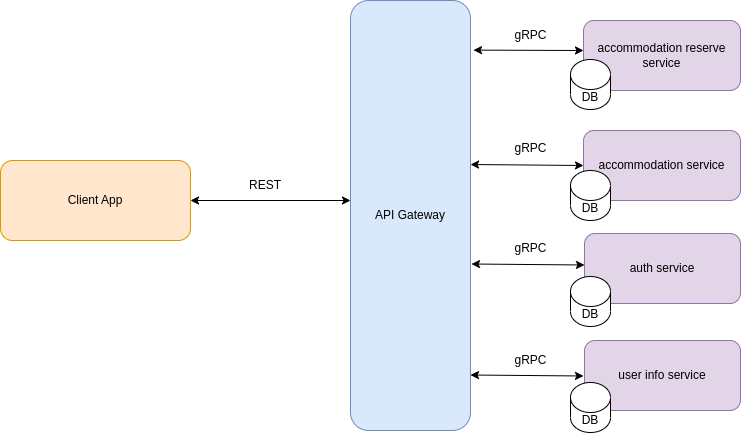
Booking-Platform/accommodation-booking-webapp keeps this draw.io diagram as docs/arch.png. Above is the earlier version. Source tidied: cells renumbered, new cells last; positions are measured from the earlier drawing's top-left corner, leaving out a move shared by most shapes. Source of this version:
```xml
<mxGraphModel>
  <root>
    <mxCell id="0" />
    <mxCell id="1" parent="0" />
    <mxCell id="2" value="Client App" style="rounded=1;whiteSpace=wrap;html=1;fillColor=#ffe6cc;strokeColor=#D79B00;" parent="1" vertex="1">
      <mxGeometry y="160" width="190" height="80" as="geometry" />
    </mxCell>
    <mxCell id="3" value="API Gateway" style="rounded=1;whiteSpace=wrap;html=1;fillColor=#dae8fc;strokeColor=#6c8ebf;" parent="1" vertex="1">
      <mxGeometry x="350" width="120" height="430" as="geometry" />
    </mxCell>
    <mxCell id="4" style="endArrow=classic;startArrow=classic;html=1;rounded=0;exitX=1;exitY=0.5;exitDx=0;exitDy=0;" parent="1" edge="1" source="2">
      <mxGeometry relative="1" as="geometry">
        <mxPoint x="350" y="200" as="targetPoint" />
      </mxGeometry>
    </mxCell>
    <mxCell id="5" value="REST" style="text;html=1;strokeColor=none;fillColor=none;align=center;verticalAlign=middle;whiteSpace=wrap;rounded=0;" parent="1" vertex="1">
      <mxGeometry x="235" y="170" width="60" height="30" as="geometry" />
    </mxCell>
    <mxCell id="6" value="accommodation reserve service" style="rounded=1;whiteSpace=wrap;html=1;fillColor=#e1d5e7;strokeColor=#9673a6;" parent="1" vertex="1">
      <mxGeometry x="583" y="20" width="157" height="70" as="geometry" />
    </mxCell>
    <mxCell id="7" value="auth service" style="rounded=1;whiteSpace=wrap;html=1;fillColor=#e1d5e7;strokeColor=#9673a6;" parent="1" vertex="1">
      <mxGeometry x="584" y="233" width="156" height="70" as="geometry" />
    </mxCell>
    <mxCell id="8" value="user info service" style="rounded=1;whiteSpace=wrap;html=1;fillColor=#e1d5e7;strokeColor=#9673a6;" parent="1" vertex="1">
      <mxGeometry x="584" y="340" width="156" height="70" as="geometry" />
    </mxCell>
    <mxCell id="9" value="accommodation service" style="rounded=1;whiteSpace=wrap;html=1;fillColor=#e1d5e7;strokeColor=#9673a6;" parent="1" vertex="1">
      <mxGeometry x="583" y="130" width="157" height="70" as="geometry" />
    </mxCell>
    <mxCell id="10" value="DB" style="shape=cylinder3;whiteSpace=wrap;html=1;boundedLbl=1;backgroundOutline=1;size=15;" parent="1" vertex="1">
      <mxGeometry x="570" y="59" width="40" height="50" as="geometry" />
    </mxCell>
    <mxCell id="11" value="DB" style="shape=cylinder3;whiteSpace=wrap;html=1;boundedLbl=1;backgroundOutline=1;size=15;" parent="1" vertex="1">
      <mxGeometry x="570" y="170" width="40" height="50" as="geometry" />
    </mxCell>
    <mxCell id="12" value="DB" style="shape=cylinder3;whiteSpace=wrap;html=1;boundedLbl=1;backgroundOutline=1;size=15;" parent="1" vertex="1">
      <mxGeometry x="570" y="276" width="40" height="50" as="geometry" />
    </mxCell>
    <mxCell id="13" value="DB" style="shape=cylinder3;whiteSpace=wrap;html=1;boundedLbl=1;backgroundOutline=1;size=15;" parent="1" vertex="1">
      <mxGeometry x="570" y="382" width="40" height="50" as="geometry" />
    </mxCell>
    <mxCell id="14" style="endArrow=classic;startArrow=classic;html=1;rounded=0;exitX=1.025;exitY=0.127;exitDx=0;exitDy=0;exitPerimeter=0;entryX=0;entryY=0.5;entryDx=0;entryDy=0;" parent="1" edge="1">
      <mxGeometry relative="1" as="geometry">
        <mxPoint x="473" y="49.6" as="sourcePoint" />
        <mxPoint x="583" y="50" as="targetPoint" />
      </mxGeometry>
    </mxCell>
    <mxCell id="15" style="endArrow=classic;startArrow=classic;html=1;rounded=0;exitX=1.025;exitY=0.127;exitDx=0;exitDy=0;exitPerimeter=0;entryX=0;entryY=0.5;entryDx=0;entryDy=0;" parent="1" edge="1" target="9">
      <mxGeometry relative="1" as="geometry">
        <mxPoint x="470" y="164" as="sourcePoint" />
      </mxGeometry>
    </mxCell>
    <mxCell id="16" style="endArrow=classic;startArrow=classic;html=1;rounded=0;exitX=1.025;exitY=0.127;exitDx=0;exitDy=0;exitPerimeter=0;entryX=0;entryY=0.5;entryDx=0;entryDy=0;" parent="1" edge="1">
      <mxGeometry relative="1" as="geometry">
        <mxPoint x="471" y="263.5" as="sourcePoint" />
        <mxPoint x="584" y="264.5" as="targetPoint" />
      </mxGeometry>
    </mxCell>
    <mxCell id="17" style="endArrow=classic;startArrow=classic;html=1;rounded=0;exitX=1.025;exitY=0.127;exitDx=0;exitDy=0;exitPerimeter=0;entryX=0;entryY=0.5;entryDx=0;entryDy=0;" parent="1" edge="1">
      <mxGeometry relative="1" as="geometry">
        <mxPoint x="470" y="374.5" as="sourcePoint" />
        <mxPoint x="583" y="375.5" as="targetPoint" />
      </mxGeometry>
    </mxCell>
    <mxCell id="18" value="gRPC" style="text;html=1;align=center;verticalAlign=middle;strokeColor=none;fillColor=none;" parent="1" vertex="1">
      <mxGeometry x="500" y="20" width="60" height="30" as="geometry" />
    </mxCell>
    <mxCell id="19" value="gRPC" style="text;html=1;align=center;verticalAlign=middle;strokeColor=none;fillColor=none;" parent="1" vertex="1">
      <mxGeometry x="500" y="133" width="60" height="30" as="geometry" />
    </mxCell>
    <mxCell id="20" value="gRPC" style="text;html=1;align=center;verticalAlign=middle;strokeColor=none;fillColor=none;" parent="1" vertex="1">
      <mxGeometry x="500" y="233" width="60" height="30" as="geometry" />
    </mxCell>
    <mxCell id="21" value="gRPC" style="text;html=1;align=center;verticalAlign=middle;strokeColor=none;fillColor=none;" parent="1" vertex="1">
      <mxGeometry x="500" y="345" width="60" height="30" as="geometry" />
    </mxCell>
  </root>
</mxGraphModel>
```
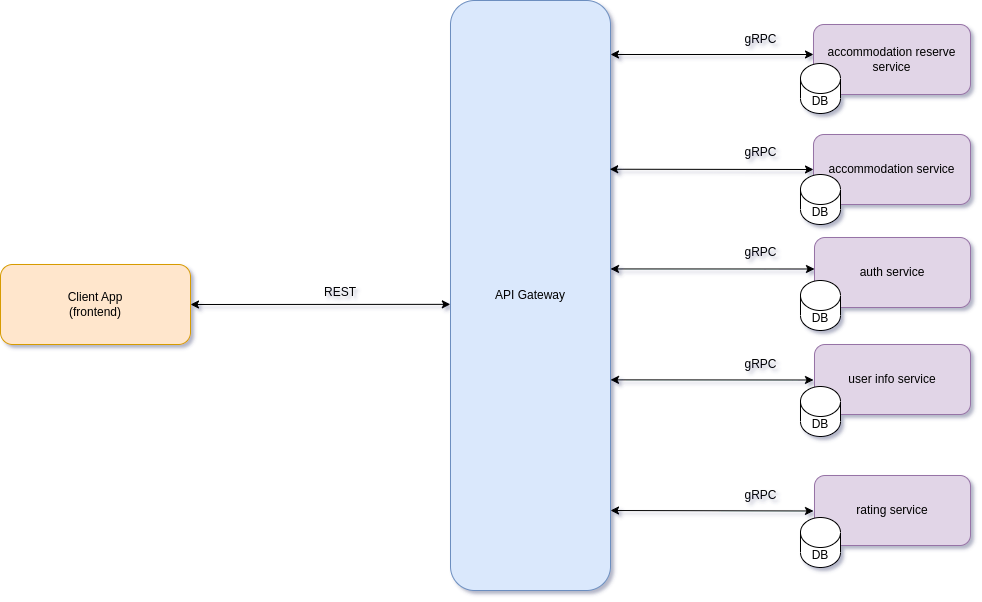
After the change.

Diff of the diagram source:
```diff
@@ -2,19 +2,17 @@
   <root>
     <mxCell id="0" />
     <mxCell id="1" parent="0" />
-    <mxCell id="2" value="Client App" style="rounded=1;whiteSpace=wrap;html=1;fillColor=#ffe6cc;strokeColor=#D79B00;" parent="1" vertex="1">
-      <mxGeometry y="160" width="190" height="80" as="geometry" />
+    <mxCell id="2" value="Client App&lt;br&gt;(frontend)" style="rounded=1;whiteSpace=wrap;html=1;fillColor=#ffe6cc;strokeColor=#D79B00;" parent="1" vertex="1">
+      <mxGeometry x="-230" y="260" width="190" height="80" as="geometry" />
     </mxCell>
     <mxCell id="3" value="API Gateway" style="rounded=1;whiteSpace=wrap;html=1;fillColor=#dae8fc;strokeColor=#6c8ebf;" parent="1" vertex="1">
-      <mxGeometry x="350" width="120" height="430" as="geometry" />
+      <mxGeometry x="220" y="-4" width="160" height="590" as="geometry" />
     </mxCell>
-    <mxCell id="4" style="endArrow=classic;startArrow=classic;html=1;rounded=0;exitX=1;exitY=0.5;exitDx=0;exitDy=0;" parent="1" edge="1" source="2">
-      <mxGeometry relative="1" as="geometry">
-        <mxPoint x="350" y="200" as="targetPoint" />
-      </mxGeometry>
+    <mxCell id="4" style="endArrow=classic;startArrow=classic;html=1;rounded=0;exitX=1;exitY=0.5;exitDx=0;exitDy=0;entryX=-0.001;entryY=0.515;entryDx=0;entryDy=0;entryPerimeter=0;" parent="1" edge="1" source="2" target="3">
+      <mxGeometry relative="1" as="geometry" />
     </mxCell>
     <mxCell id="5" value="REST" style="text;html=1;strokeColor=none;fillColor=none;align=center;verticalAlign=middle;whiteSpace=wrap;rounded=0;" parent="1" vertex="1">
-      <mxGeometry x="235" y="170" width="60" height="30" as="geometry" />
+      <mxGeometry x="80" y="273" width="60" height="30" as="geometry" />
     </mxCell>
     <mxCell id="6" value="accommodation reserve service" style="rounded=1;whiteSpace=wrap;html=1;fillColor=#e1d5e7;strokeColor=#9673a6;" parent="1" vertex="1">
       <mxGeometry x="583" y="20" width="157" height="70" as="geometry" />
@@ -40,26 +38,22 @@
     <mxCell id="13" value="DB" style="shape=cylinder3;whiteSpace=wrap;html=1;boundedLbl=1;backgroundOutline=1;size=15;" parent="1" vertex="1">
       <mxGeometry x="570" y="382" width="40" height="50" as="geometry" />
     </mxCell>
-    <mxCell id="14" style="endArrow=classic;startArrow=classic;html=1;rounded=0;exitX=1.025;exitY=0.127;exitDx=0;exitDy=0;exitPerimeter=0;entryX=0;entryY=0.5;entryDx=0;entryDy=0;" parent="1" edge="1">
+    <mxCell id="14" style="endArrow=classic;startArrow=classic;html=1;rounded=0;entryX=0;entryY=0.5;entryDx=0;entryDy=0;" parent="1" edge="1">
       <mxGeometry relative="1" as="geometry">
-        <mxPoint x="473" y="49.6" as="sourcePoint" />
+        <mxPoint x="380" y="50" as="sourcePoint" />
         <mxPoint x="583" y="50" as="targetPoint" />
       </mxGeometry>
     </mxCell>
-    <mxCell id="15" style="endArrow=classic;startArrow=classic;html=1;rounded=0;exitX=1.025;exitY=0.127;exitDx=0;exitDy=0;exitPerimeter=0;entryX=0;entryY=0.5;entryDx=0;entryDy=0;" parent="1" edge="1" target="9">
-      <mxGeometry relative="1" as="geometry">
-        <mxPoint x="470" y="164" as="sourcePoint" />
-      </mxGeometry>
+    <mxCell id="15" style="endArrow=classic;startArrow=classic;html=1;rounded=0;exitX=0.995;exitY=0.286;exitDx=0;exitDy=0;exitPerimeter=0;entryX=0;entryY=0.5;entryDx=0;entryDy=0;" parent="1" edge="1" source="3" target="9">
+      <mxGeometry relative="1" as="geometry" />
     </mxCell>
-    <mxCell id="16" style="endArrow=classic;startArrow=classic;html=1;rounded=0;exitX=1.025;exitY=0.127;exitDx=0;exitDy=0;exitPerimeter=0;entryX=0;entryY=0.5;entryDx=0;entryDy=0;" parent="1" edge="1">
+    <mxCell id="16" style="endArrow=classic;startArrow=classic;html=1;rounded=0;exitX=1;exitY=0.455;exitDx=0;exitDy=0;exitPerimeter=0;entryX=0;entryY=0.5;entryDx=0;entryDy=0;" parent="1" edge="1" source="3">
       <mxGeometry relative="1" as="geometry">
-        <mxPoint x="471" y="263.5" as="sourcePoint" />
         <mxPoint x="584" y="264.5" as="targetPoint" />
       </mxGeometry>
     </mxCell>
-    <mxCell id="17" style="endArrow=classic;startArrow=classic;html=1;rounded=0;exitX=1.025;exitY=0.127;exitDx=0;exitDy=0;exitPerimeter=0;entryX=0;entryY=0.5;entryDx=0;entryDy=0;" parent="1" edge="1">
+    <mxCell id="17" style="endArrow=classic;startArrow=classic;html=1;rounded=0;entryX=0;entryY=0.5;entryDx=0;entryDy=0;exitX=1;exitY=0.643;exitDx=0;exitDy=0;exitPerimeter=0;" parent="1" edge="1" source="3">
       <mxGeometry relative="1" as="geometry">
-        <mxPoint x="470" y="374.5" as="sourcePoint" />
         <mxPoint x="583" y="375.5" as="targetPoint" />
       </mxGeometry>
     </mxCell>
@@ -75,5 +69,20 @@
     <mxCell id="21" value="gRPC" style="text;html=1;align=center;verticalAlign=middle;strokeColor=none;fillColor=none;" parent="1" vertex="1">
       <mxGeometry x="500" y="345" width="60" height="30" as="geometry" />
     </mxCell>
+    <mxCell id="22" value="rating service" style="rounded=1;whiteSpace=wrap;html=1;fillColor=#e1d5e7;strokeColor=#9673a6;" parent="1" vertex="1">
+      <mxGeometry x="584" y="471" width="156" height="70" as="geometry" />
+    </mxCell>
+    <mxCell id="23" value="DB" style="shape=cylinder3;whiteSpace=wrap;html=1;boundedLbl=1;backgroundOutline=1;size=15;" parent="1" vertex="1">
+      <mxGeometry x="570" y="513" width="40" height="50" as="geometry" />
+    </mxCell>
+    <mxCell id="24" style="endArrow=classic;startArrow=classic;html=1;rounded=0;entryX=0;entryY=0.5;entryDx=0;entryDy=0;exitX=1;exitY=0.643;exitDx=0;exitDy=0;exitPerimeter=0;" parent="1" edge="1">
+      <mxGeometry relative="1" as="geometry">
+        <mxPoint x="380" y="506" as="sourcePoint" />
+        <mxPoint x="583" y="506.5" as="targetPoint" />
+      </mxGeometry>
+    </mxCell>
+    <mxCell id="25" value="gRPC" style="text;html=1;align=center;verticalAlign=middle;strokeColor=none;fillColor=none;" parent="1" vertex="1">
+      <mxGeometry x="500" y="476" width="60" height="30" as="geometry" />
+    </mxCell>
   </root>
 </mxGraphModel>
```
